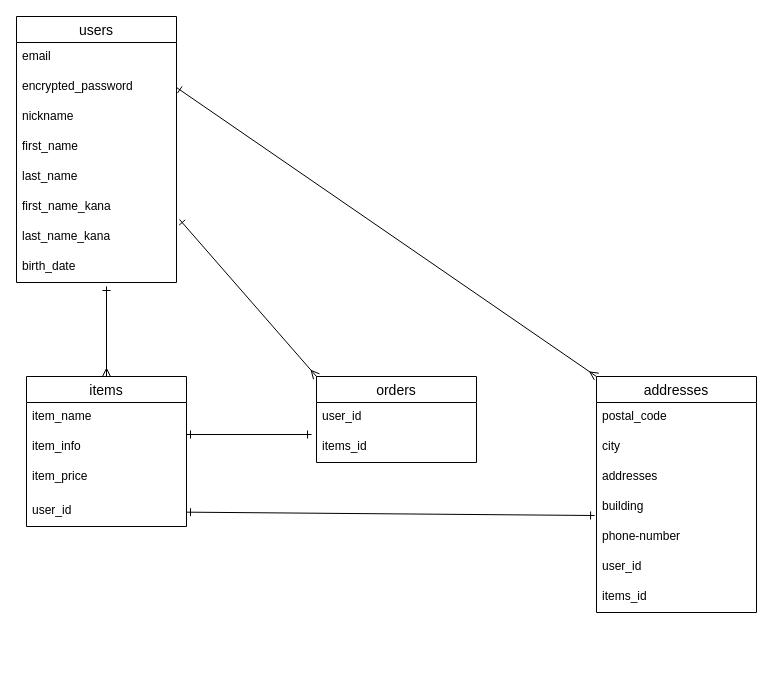
This is furima.dio from atsushiminamizuru/furima-38995, a draw.io file, before an edit. Source tidied: cells renumbered, new cells numbered last; positions are measured from the earlier drawing's top-left corner, leaving out a move shared by most shapes. Both pictures are drawn from the tidied source at 100%, with x=0, y=0 at pixel (16, 16).
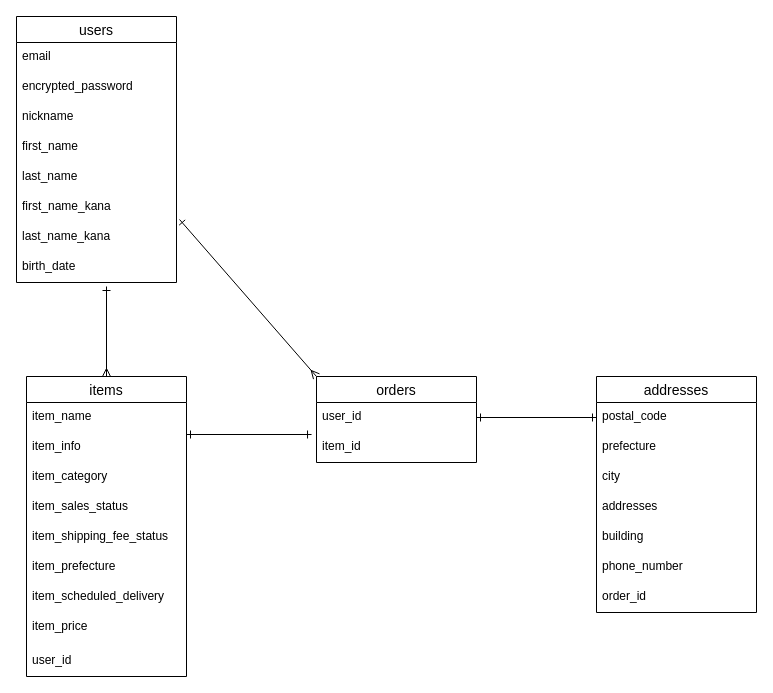
The same page after the edit.

Commit message (it also covers changes not shown here):
データベース設計修正

The change refers to these unchanged cells:
```xml
<mxCell id="4" value="encrypted_password" style="text;strokeColor=none;fillColor=none;spacingLeft=4;spacingRight=4;overflow=hidden;points=[[0,0.5],[1,0.5]];portConstraint=eastwest;fontSize=12;" parent="2" vertex="1">
  <mxGeometry y="56" width="160" height="30" as="geometry" />
</mxCell>
<mxCell id="17" value="orders" style="swimlane;fontStyle=0;horizontal=1;startSize=26;align=center;fontSize=14;" parent="1" vertex="1">
  <mxGeometry x="300" y="360" width="160" height="86" as="geometry" />
</mxCell>
<mxCell id="18" value="user_id" style="text;strokeColor=none;fillColor=none;spacingLeft=4;spacingRight=4;overflow=hidden;points=[[0,0.5],[1,0.5]];portConstraint=eastwest;fontSize=12;" parent="17" vertex="1">
  <mxGeometry y="26" width="160" height="30" as="geometry" />
</mxCell>
<mxCell id="20" value="addresses" style="swimlane;fontStyle=0;horizontal=1;startSize=26;align=center;fontSize=14;" parent="1" vertex="1">
  <mxGeometry x="580" y="360" width="160" height="236" as="geometry" />
</mxCell>
<mxCell id="21" value="postal_code" style="text;strokeColor=none;fillColor=none;spacingLeft=4;spacingRight=4;overflow=hidden;points=[[0,0.5],[1,0.5]];portConstraint=eastwest;fontSize=12;" parent="20" vertex="1">
  <mxGeometry y="26" width="160" height="30" as="geometry" />
</mxCell>
```

Diff of the diagram source:
```diff
@@
     <mxCell id="11" value="items" style="swimlane;fontStyle=0;horizontal=1;startSize=26;align=center;fontSize=14;" parent="1" vertex="1">
-      <mxGeometry x="10" y="360" width="160" height="150" as="geometry" />
+      <mxGeometry x="10" y="360" width="160" height="300" as="geometry" />
     </mxCell>
@@
+    <mxCell id="32" value="item_category" style="text;strokeColor=none;fillColor=none;spacingLeft=4;spacingRight=4;overflow=hidden;fontSize=12;" parent="11" vertex="1">
+      <mxGeometry y="86" width="160" height="30" as="geometry" />
+    </mxCell>
+    <mxCell id="33" value="item_sales_status" style="text;strokeColor=none;fillColor=none;spacingLeft=4;spacingRight=4;overflow=hidden;fontSize=12;" parent="11" vertex="1">
+      <mxGeometry y="116" width="160" height="30" as="geometry" />
+    </mxCell>
+    <mxCell id="34" value="item_shipping_fee_status" style="text;strokeColor=none;fillColor=none;spacingLeft=4;spacingRight=4;overflow=hidden;fontSize=12;" parent="11" vertex="1">
+      <mxGeometry y="146" width="160" height="30" as="geometry" />
+    </mxCell>
+    <mxCell id="35" value="item_prefecture" style="text;strokeColor=none;fillColor=none;spacingLeft=4;spacingRight=4;overflow=hidden;fontSize=12;" parent="11" vertex="1">
+      <mxGeometry y="176" width="160" height="30" as="geometry" />
+    </mxCell>
+    <mxCell id="36" value="item_scheduled_delivery" style="text;strokeColor=none;fillColor=none;spacingLeft=4;spacingRight=4;overflow=hidden;fontSize=12;" parent="11" vertex="1">
+      <mxGeometry y="206" width="160" height="30" as="geometry" />
+    </mxCell>
     <mxCell id="14" value="item_price" style="text;strokeColor=none;fillColor=none;spacingLeft=4;spacingRight=4;overflow=hidden;fontSize=12;" parent="11" vertex="1">
-      <mxGeometry y="86" width="160" height="34" as="geometry" />
+      <mxGeometry y="236" width="160" height="34" as="geometry" />
     </mxCell>
     <mxCell id="15" value="user_id" style="text;strokeColor=none;fillColor=none;spacingLeft=4;spacingRight=4;overflow=hidden;points=[[0,0.5],[1,0.5]];portConstraint=eastwest;fontSize=12;" parent="11" vertex="1">
-      <mxGeometry y="120" width="160" height="30" as="geometry" />
+      <mxGeometry y="270" width="160" height="30" as="geometry" />
     </mxCell>
@@
-    <mxCell id="19" value="items_id" style="text;strokeColor=none;fillColor=none;spacingLeft=4;spacingRight=4;overflow=hidden;fontSize=12;" parent="17" vertex="1">
+    <mxCell id="19" value="item_id" style="text;strokeColor=none;fillColor=none;spacingLeft=4;spacingRight=4;overflow=hidden;fontSize=12;" parent="17" vertex="1">
       <mxGeometry y="56" width="160" height="30" as="geometry" />
     </mxCell>
@@
+    <mxCell id="37" value="prefecture" style="text;strokeColor=none;fillColor=none;spacingLeft=4;spacingRight=4;overflow=hidden;fontSize=12;" parent="20" vertex="1">
+      <mxGeometry y="56" width="160" height="30" as="geometry" />
+    </mxCell>
     <mxCell id="22" value="city" style="text;strokeColor=none;fillColor=none;spacingLeft=4;spacingRight=4;overflow=hidden;fontSize=12;" parent="20" vertex="1">
-      <mxGeometry y="56" width="160" height="30" as="geometry" />
+      <mxGeometry y="86" width="160" height="30" as="geometry" />
     </mxCell>
     <mxCell id="23" value="addresses" style="text;strokeColor=none;fillColor=none;spacingLeft=4;spacingRight=4;overflow=hidden;fontSize=12;" parent="20" vertex="1">
-      <mxGeometry y="86" width="160" height="30" as="geometry" />
+      <mxGeometry y="116" width="160" height="30" as="geometry" />
     </mxCell>
     <mxCell id="24" value="building" style="text;strokeColor=none;fillColor=none;spacingLeft=4;spacingRight=4;overflow=hidden;points=[[0,0.5],[1,0.5]];portConstraint=eastwest;fontSize=12;" parent="20" vertex="1">
-      <mxGeometry y="116" width="160" height="30" as="geometry" />
+      <mxGeometry y="146" width="160" height="30" as="geometry" />
     </mxCell>
-    <mxCell id="25" value="phone-number" style="text;strokeColor=none;fillColor=none;spacingLeft=4;spacingRight=4;overflow=hidden;fontSize=12;" parent="20" vertex="1">
-      <mxGeometry y="146" width="160" height="30" as="geometry" />
+    <mxCell id="25" value="phone_number" style="text;strokeColor=none;fillColor=none;spacingLeft=4;spacingRight=4;overflow=hidden;fontSize=12;" parent="20" vertex="1">
+      <mxGeometry y="176" width="160" height="30" as="geometry" />
     </mxCell>
-    <mxCell id="26" value="user_id" style="text;strokeColor=none;fillColor=none;spacingLeft=4;spacingRight=4;overflow=hidden;fontSize=12;" parent="20" vertex="1">
-      <mxGeometry y="176" width="160" height="30" as="geometry" />
+    <mxCell id="26" value="order_id" style="text;strokeColor=none;fillColor=none;spacingLeft=4;spacingRight=4;overflow=hidden;fontSize=12;" parent="20" vertex="1">
+      <mxGeometry y="206" width="160" height="30" as="geometry" />
     </mxCell>
-    <mxCell id="27" value="items_id" style="text;strokeColor=none;fillColor=none;spacingLeft=4;spacingRight=4;overflow=hidden;fontSize=12;" parent="20" vertex="1">
-      <mxGeometry y="206" width="160" height="30" as="geometry" />
-    </mxCell>
@@
-    <mxCell id="30" style="edgeStyle=none;html=1;exitX=1;exitY=0.5;exitDx=0;exitDy=0;startArrow=ERone;startFill=0;endArrow=ERmany;endFill=0;entryX=0;entryY=0;entryDx=0;entryDy=0;" parent="1" edge="1" source="4" target="20">
-      <mxGeometry relative="1" as="geometry" />
-    </mxCell>
-    <mxCell id="31" style="edgeStyle=none;html=1;startArrow=ERone;startFill=0;endArrow=ERone;endFill=0;entryX=-0.012;entryY=0.767;entryDx=0;entryDy=0;entryPerimeter=0;" parent="1" edge="1" source="15" target="24">
-      <mxGeometry relative="1" as="geometry" />
-    </mxCell>
+    <mxCell id="38" style="edgeStyle=none;html=1;entryX=0;entryY=0.5;entryDx=0;entryDy=0;startArrow=ERone;startFill=0;endArrow=ERone;endFill=0;" parent="1" edge="1" source="18" target="21">
+      <mxGeometry relative="1" as="geometry" />
+    </mxCell>
```
